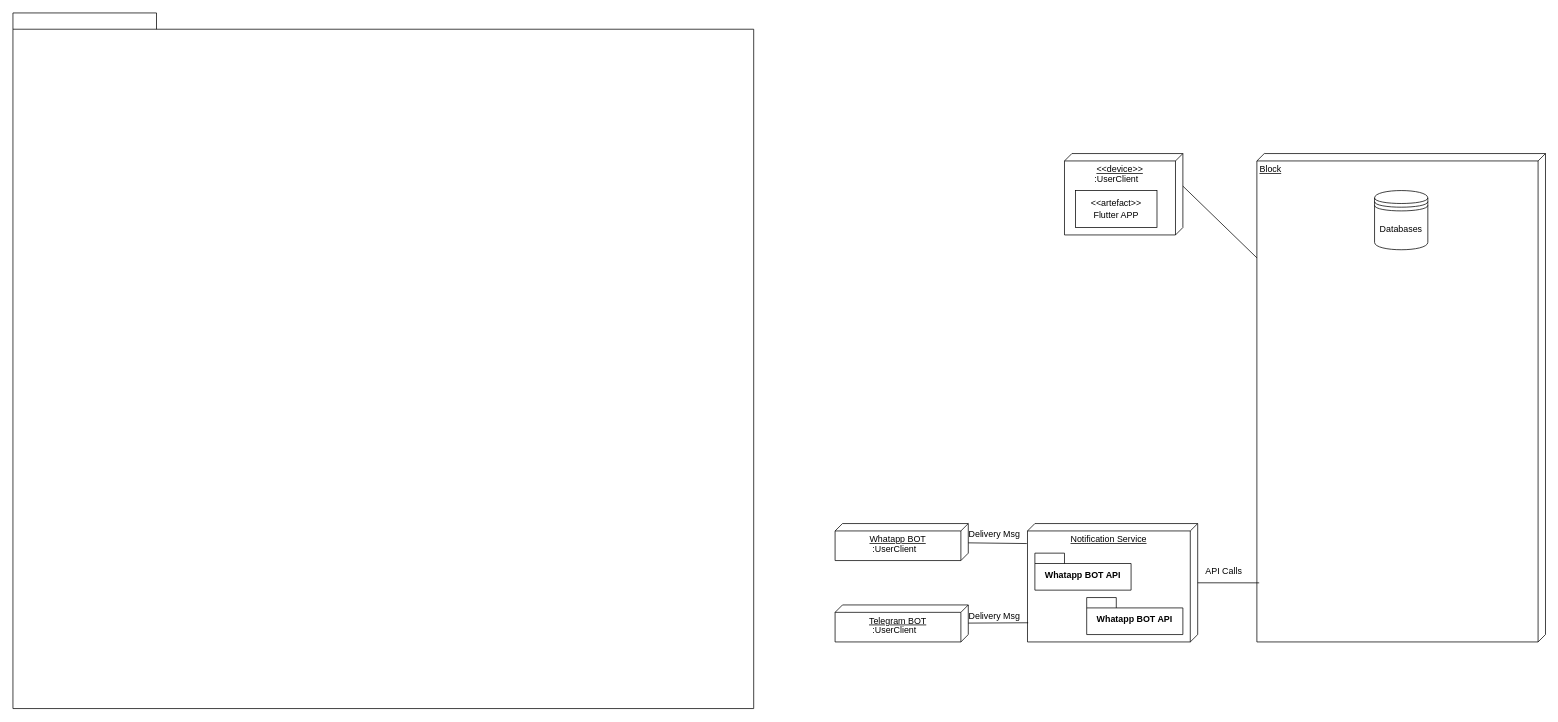
caturprasatya/TP-UML keeps this draw.io diagram as Deployment-remindME.drawio. Above is the earlier version. Source tidied: cells renumbered, new cells numbered last; positions are measured from the earlier drawing's top-left corner, leaving out a move shared by most shapes. Both pictures are drawn from the tidied source at 74%, with x=0, y=0 at pixel (13, 13).
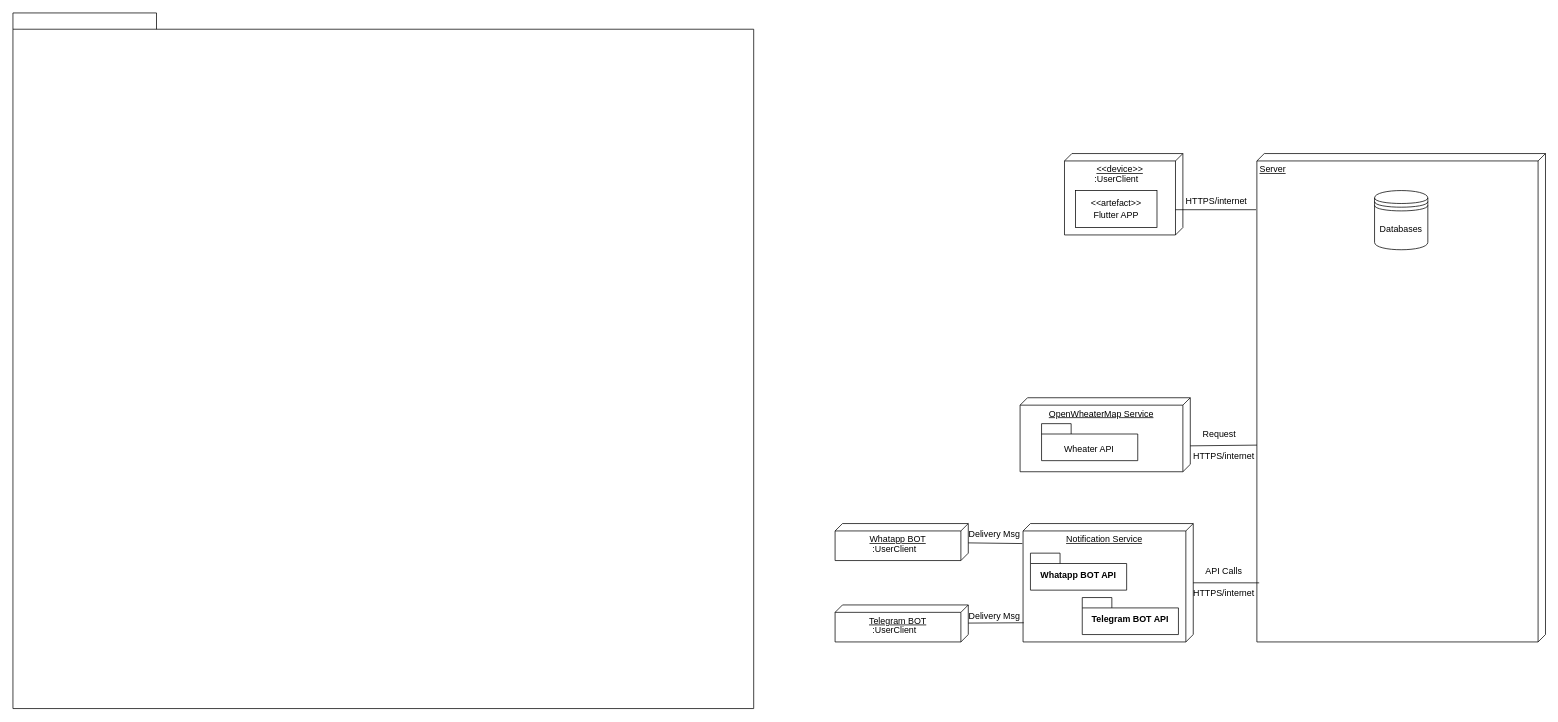
The same diagram, later.

Commit message:
add wheater api

The change refers to these unchanged cells:
```xml
<mxCell id="4" value="&amp;lt;&amp;lt;device&amp;gt;&amp;gt;" style="verticalAlign=top;align=center;spacingTop=8;spacingLeft=2;spacingRight=12;shape=cube;size=10;direction=south;fontStyle=4;html=1;whiteSpace=wrap;" parent="1" vertex="1">
  <mxGeometry x="1421" y="190" width="160" height="110" as="geometry" />
</mxCell>
```

The edit, as a diff of the source:
```diff
@@
-    <mxCell id="3" value="Block" style="verticalAlign=top;align=left;spacingTop=8;spacingLeft=2;spacingRight=12;shape=cube;size=10;direction=south;fontStyle=4;html=1;whiteSpace=wrap;" parent="1" vertex="1">
+    <mxCell id="3" value="Server" style="verticalAlign=top;align=left;spacingTop=8;spacingLeft=2;spacingRight=12;shape=cube;size=10;direction=south;fontStyle=4;html=1;whiteSpace=wrap;" parent="1" vertex="1">
       <mxGeometry x="1681" y="190" width="390" height="660" as="geometry" />
     </mxCell>
@@
-    <mxCell id="7" style="endArrow=none;html=1;rounded=0;entryX=0.4;entryY=0;entryDx=0;entryDy=0;entryPerimeter=0;" parent="1" edge="1" source="3" target="4">
+    <mxCell id="7" style="endArrow=none;html=1;rounded=0;entryX=0.69;entryY=0.063;entryDx=0;entryDy=0;entryPerimeter=0;exitX=0.115;exitY=1.003;exitDx=0;exitDy=0;exitPerimeter=0;" parent="1" edge="1" source="3" target="4">
       <mxGeometry relative="1" as="geometry" />
     </mxCell>
     <mxCell id="8" value="Notification Service" style="verticalAlign=top;align=center;spacingTop=8;spacingLeft=2;spacingRight=12;shape=cube;size=10;direction=south;fontStyle=4;html=1;whiteSpace=wrap;" parent="1" vertex="1">
-      <mxGeometry x="1371" y="690" width="230" height="160" as="geometry" />
+      <mxGeometry x="1365" y="690" width="230" height="160" as="geometry" />
     </mxCell>
     <mxCell id="9" value="Whatapp BOT API" style="shape=folder;fontStyle=1;spacingTop=10;tabWidth=40;tabHeight=14;tabPosition=left;html=1;whiteSpace=wrap;" parent="1" vertex="1">
-      <mxGeometry x="1381" y="730" width="130" height="50" as="geometry" />
+      <mxGeometry x="1375" y="730" width="130" height="50" as="geometry" />
     </mxCell>
-    <mxCell id="10" value="Whatapp BOT API" style="shape=folder;fontStyle=1;spacingTop=10;tabWidth=40;tabHeight=14;tabPosition=left;html=1;whiteSpace=wrap;" parent="1" vertex="1">
-      <mxGeometry x="1451" y="790" width="130" height="50" as="geometry" />
+    <mxCell id="10" value="Telegram BOT API" style="shape=folder;fontStyle=1;spacingTop=10;tabWidth=40;tabHeight=14;tabPosition=left;html=1;whiteSpace=wrap;" parent="1" vertex="1">
+      <mxGeometry x="1445" y="790" width="130" height="50" as="geometry" />
     </mxCell>
@@
+    <mxCell id="22" value="HTTPS/internet" style="text;html=1;align=center;verticalAlign=middle;strokeColor=none;fillColor=none;" parent="1" vertex="1">
+      <mxGeometry x="1571" y="240" width="110" height="30" as="geometry" />
+    </mxCell>
+    <mxCell id="23" value="OpenWheaterMap Service&lt;div&gt;&lt;br&gt;&lt;/div&gt;" style="verticalAlign=top;align=center;spacingTop=8;spacingLeft=2;spacingRight=12;shape=cube;size=10;direction=south;fontStyle=4;html=1;whiteSpace=wrap;" parent="1" vertex="1">
+      <mxGeometry x="1361" y="520" width="230" height="100" as="geometry" />
+    </mxCell>
+    <mxCell id="24" style="shape=folder;fontStyle=1;spacingTop=10;tabWidth=40;tabHeight=14;tabPosition=left;html=1;whiteSpace=wrap;" parent="1" vertex="1">
+      <mxGeometry x="1390" y="555" width="130" height="50" as="geometry" />
+    </mxCell>
+    <mxCell id="25" value="Wheater API" style="text;html=1;align=center;verticalAlign=middle;strokeColor=none;fillColor=none;" parent="1" vertex="1">
+      <mxGeometry x="1409" y="575" width="90" height="30" as="geometry" />
+    </mxCell>
+    <mxCell id="26" value="HTTPS/internet" style="text;html=1;align=center;verticalAlign=middle;strokeColor=none;fillColor=none;" parent="1" vertex="1">
+      <mxGeometry x="1581" y="770" width="110" height="30" as="geometry" />
+    </mxCell>
+    <mxCell id="27" style="endArrow=none;html=1;rounded=0;exitX=0.65;exitY=0;exitDx=0;exitDy=0;exitPerimeter=0;entryX=0.597;entryY=1;entryDx=0;entryDy=0;entryPerimeter=0;" parent="1" edge="1" source="23" target="3">
+      <mxGeometry relative="1" as="geometry" />
+    </mxCell>
+    <mxCell id="28" value="Request" style="text;html=1;align=center;verticalAlign=middle;strokeColor=none;fillColor=none;" parent="1" vertex="1">
+      <mxGeometry x="1595" y="554" width="70" height="30" as="geometry" />
+    </mxCell>
+    <mxCell id="29" value="HTTPS/internet" style="text;html=1;align=center;verticalAlign=middle;strokeColor=none;fillColor=none;" parent="1" vertex="1">
+      <mxGeometry x="1581" y="584" width="110" height="30" as="geometry" />
+    </mxCell>
```
